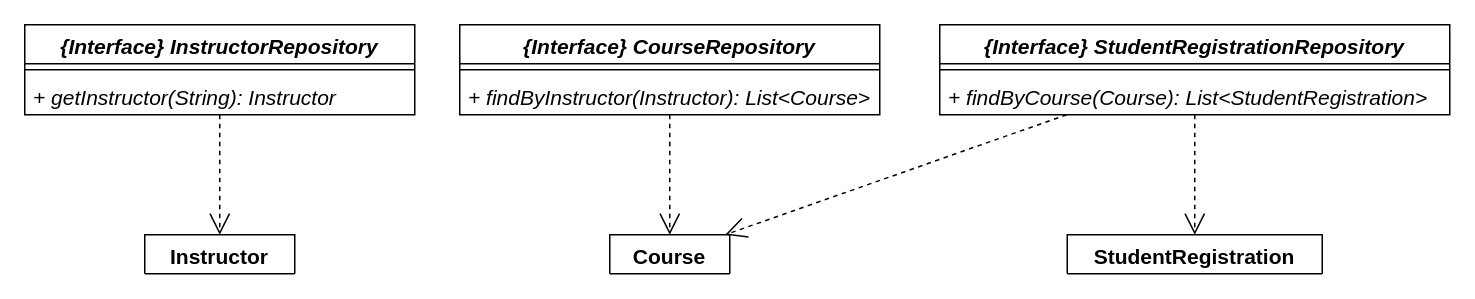
Earlier version of the draw.io diagram page "repository" (5 of 9) of diagrams/CourseMgtApp.drawio (pKolok/myy803_MgtApp_2022). Source tidied: cells renumbered, new cells numbered last; positions are measured from the earlier drawing's top-left corner, leaving out a move shared by most shapes. Both pictures are drawn from the tidied source at 150%, with x=0, y=0 at pixel (24, 24).
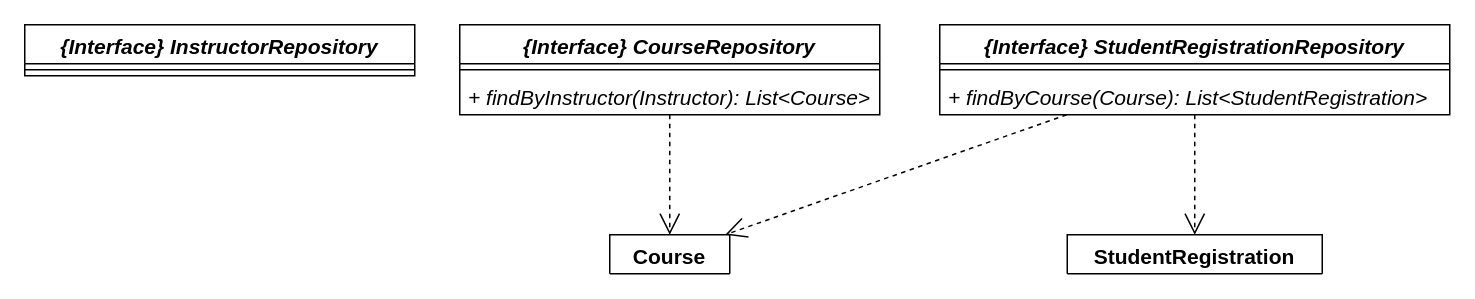
The same diagram, later.

Diff of the diagram source:
```diff
@@
 <mxGraphModel>
   <root>
     <mxCell id="0" />
     <mxCell id="1" parent="0" />
     <mxCell id="2" value="{Interface} CourseRepository" style="swimlane;fontStyle=3;align=center;verticalAlign=top;horizontal=1;startSize=26;fontSize=14;fontColor=none;" parent="1" vertex="1">
       <mxGeometry x="290" width="280" height="60" as="geometry" />
     </mxCell>
     <mxCell id="3" style="line;strokeWidth=1;fillColor=none;align=left;verticalAlign=middle;spacingTop=-1;spacingLeft=3;spacingRight=3;labelPosition=right;fontSize=14;fontColor=none;" parent="2" vertex="1">
       <mxGeometry y="26" width="280" height="8" as="geometry" />
     </mxCell>
     <mxCell id="4" value="+ findByInstructor(Instructor): List&lt;Course&gt;" style="text;strokeColor=none;fillColor=none;align=left;verticalAlign=top;spacingLeft=4;spacingRight=4;overflow=hidden;fontSize=14;fontColor=none;fontStyle=2;" parent="2" vertex="1">
       <mxGeometry y="34" width="280" height="26" as="geometry" />
     </mxCell>
     <mxCell id="5" value="{Interface} InstructorRepository" style="swimlane;fontStyle=3;align=center;verticalAlign=top;horizontal=1;startSize=26;fontSize=14;fontColor=none;" parent="1" vertex="1">
-      <mxGeometry width="260" height="60" as="geometry" />
+      <mxGeometry width="260" height="34" as="geometry" />
     </mxCell>
     <mxCell id="6" style="line;strokeWidth=1;fillColor=none;align=left;verticalAlign=middle;spacingTop=-1;spacingLeft=3;spacingRight=3;labelPosition=right;fontSize=14;fontColor=none;" parent="5" vertex="1">
       <mxGeometry y="26" width="260" height="8" as="geometry" />
     </mxCell>
-    <mxCell id="7" value="+ getInstructor(String): Instructor" style="text;strokeColor=none;fillColor=none;align=left;verticalAlign=top;spacingLeft=4;spacingRight=4;overflow=hidden;fontSize=14;fontColor=none;fontStyle=2;" parent="5" vertex="1">
-      <mxGeometry y="34" width="260" height="26" as="geometry" />
-    </mxCell>
     <mxCell id="8" value="{Interface} StudentRegistrationRepository" style="swimlane;fontStyle=3;align=center;verticalAlign=top;horizontal=1;startSize=26;fontSize=14;fontColor=none;" parent="1" vertex="1">
       <mxGeometry x="610" width="340" height="60" as="geometry" />
     </mxCell>
     <mxCell id="9" style="line;strokeWidth=1;fillColor=none;align=left;verticalAlign=middle;spacingTop=-1;spacingLeft=3;spacingRight=3;labelPosition=right;fontSize=14;fontColor=none;" parent="8" vertex="1">
       <mxGeometry y="26" width="340" height="8" as="geometry" />
     </mxCell>
     <mxCell id="10" value="+ findByCourse(Course): List&lt;StudentRegistration&gt;" style="text;strokeColor=none;fillColor=none;align=left;verticalAlign=top;spacingLeft=4;spacingRight=4;overflow=hidden;fontSize=14;fontColor=none;fontStyle=2;" parent="8" vertex="1">
       <mxGeometry y="34" width="340" height="26" as="geometry" />
     </mxCell>
-    <mxCell id="11" value="Instructor" style="swimlane;fontStyle=1;align=center;verticalAlign=top;horizontal=1;startSize=26;fontSize=14;" parent="1" vertex="1" collapsed="1">
-      <mxGeometry x="80" y="140" width="100" height="26" as="geometry" />
-    </mxCell>
-    <mxCell id="12" value="Use" style="endArrow=open;endSize=12;dashed=1;html=1;rounded=0;fontSize=14;fontColor=none;noLabel=1;" parent="1" edge="1" source="5" target="11">
-      <mxGeometry relative="1" as="geometry" />
-    </mxCell>
     <mxCell id="13" value="Course" style="swimlane;fontStyle=1;align=center;verticalAlign=top;horizontal=1;startSize=26;fontSize=14;fontColor=none;fillColor=default;swimlaneLine=1;" parent="1" vertex="1" collapsed="1">
       <mxGeometry x="390" y="140" width="80" height="26" as="geometry" />
     </mxCell>
     <mxCell id="14" value="StudentRegistration" style="swimlane;fontStyle=1;align=center;verticalAlign=top;horizontal=1;startSize=26;fontSize=14;fontColor=none;" parent="1" vertex="1" collapsed="1">
       <mxGeometry x="695" y="140" width="170" height="26" as="geometry" />
     </mxCell>
     <mxCell id="15" value="Use" style="endArrow=open;endSize=12;dashed=1;html=1;rounded=0;fontSize=14;fontColor=none;noLabel=1;" parent="1" edge="1" source="2" target="13">
       <mxGeometry relative="1" as="geometry" />
     </mxCell>
     <mxCell id="16" value="Use" style="endArrow=open;endSize=12;dashed=1;html=1;rounded=0;fontSize=14;fontColor=none;noLabel=1;" parent="1" edge="1" source="8" target="14">
       <mxGeometry relative="1" as="geometry" />
     </mxCell>
     <mxCell id="17" value="Use" style="endArrow=open;endSize=12;dashed=1;html=1;rounded=0;fontSize=14;fontColor=none;noLabel=1;" parent="1" edge="1" source="8" target="13">
       <mxGeometry relative="1" as="geometry" />
     </mxCell>
   </root>
 </mxGraphModel>
```
